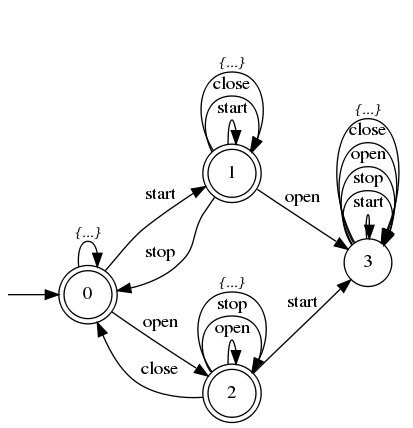
blambeau/phd keeps this Graphviz diagram as writing/src/2-framework/images/property-automaton.png. Above is the earlier version. Its source is kept beside it as writing/src/2-framework/images/property-automaton.dot. Source of this version:
```dot
digraph G {
  graph [rankdir="LR"];
  node [color="black" fillcolor="white" shape="circle" style="filled"]
  zz [label="" color="white" fillcolor="white" shape="circle" style="filled" fixedsize=true width=0.0];
  0 [shape="doublecircle"];
  1 [shape="doublecircle"];
  2 [shape="doublecircle"];
  3 [shape="circle"];
  zz -> 0 [label=""];
  0 -> 1 [label="start"];
  1 -> 0 [label="stop"];
  1 -> 1 [label="start"];
  1 -> 1 [label="close"];
  0 -> 2 [label="open"];
  2 -> 0 [label="close"];
  2 -> 2 [label="open"];
  2 -> 2 [label="stop"];
  1 -> 3 [label="open"];
  2 -> 3 [label="start"];
  3 -> 3 [label="start"];
  3 -> 3 [label="stop"];
  3 -> 3 [label="open"];
  3 -> 3 [label="close"];
  0 -> 0 [label="{...}" fontname="italic" fontsize=10];
  1 -> 1 [label="{...}" fontname="italic" fontsize=10];
  2 -> 2 [label="{...}" fontname="italic" fontsize=10];
  3 -> 3 [label="{...}" fontname="italic" fontsize=10];
}
```
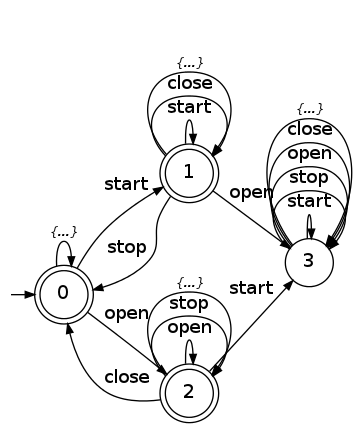
Above is the later version.

Change to the diagram source:
```diff
@@ -1,12 +1,17 @@
 digraph G {
-  graph [rankdir="LR"];
-  node [color="black" fillcolor="white" shape="circle" style="filled"]
-  zz [label="" color="white" fillcolor="white" shape="circle" style="filled" fixedsize=true width=0.0];
+  graph [pack=true rankdir=LR ranksep=0 margin=0];
+  node [shape=circle color=black width=0.5 height=0.5 fixedsize=true]
+  edge [arrowsize=0.7]
+
+  zz [label="" color="white" fillcolor="white" shape="circle" style="filled"
+      width=0.05 height=0.05 fixedsize=true ];
+  zz -> 0 [label=""];
+
   0 [shape="doublecircle"];
   1 [shape="doublecircle"];
   2 [shape="doublecircle"];
   3 [shape="circle"];
-  zz -> 0 [label=""];
+
   0 -> 1 [label="start"];
   1 -> 0 [label="stop"];
   1 -> 1 [label="start"];
```
